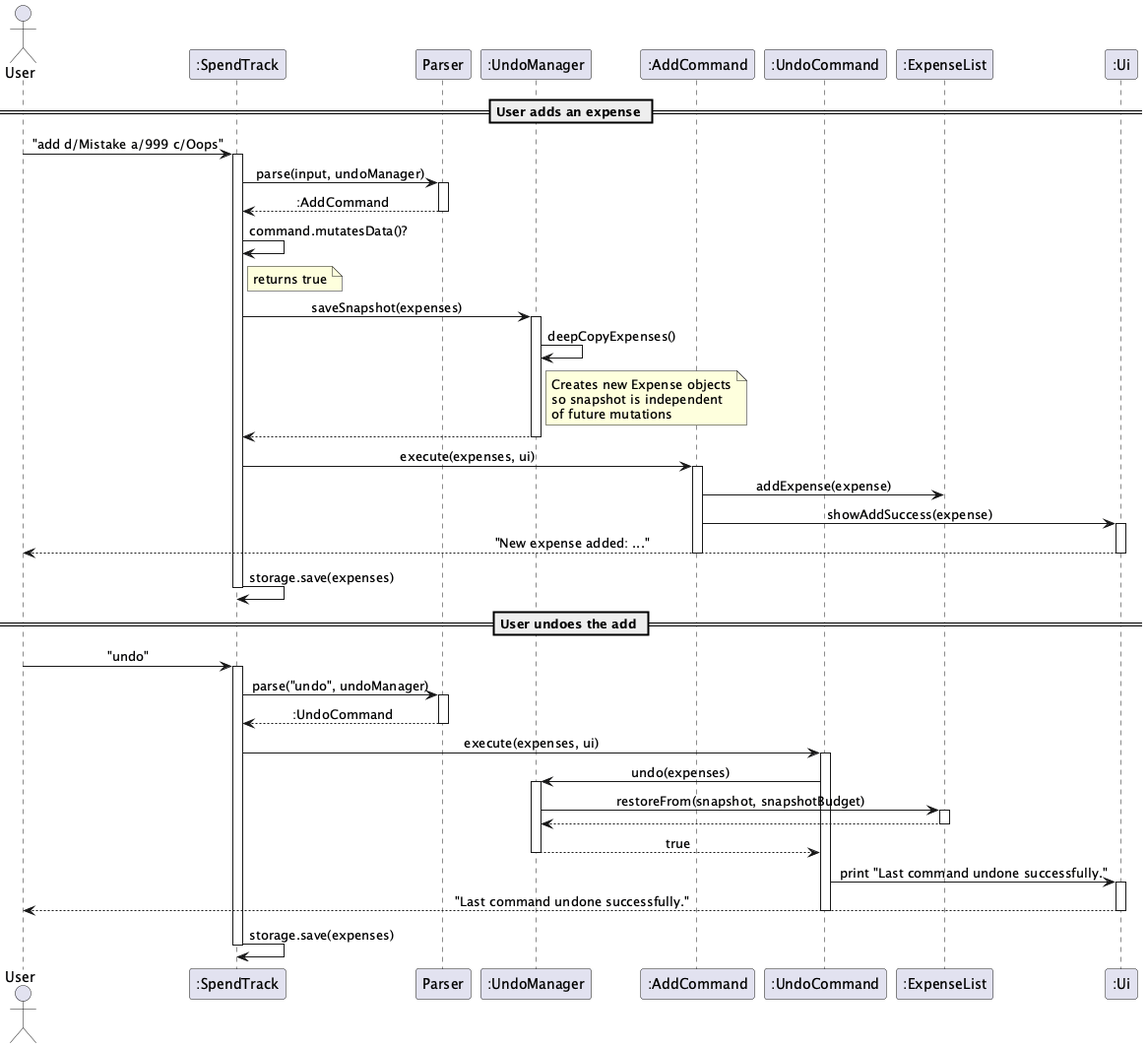
Before: docs/images/UndoSequence.png, a diagram exported from PlantUML (AbhijitBalajee/tp).
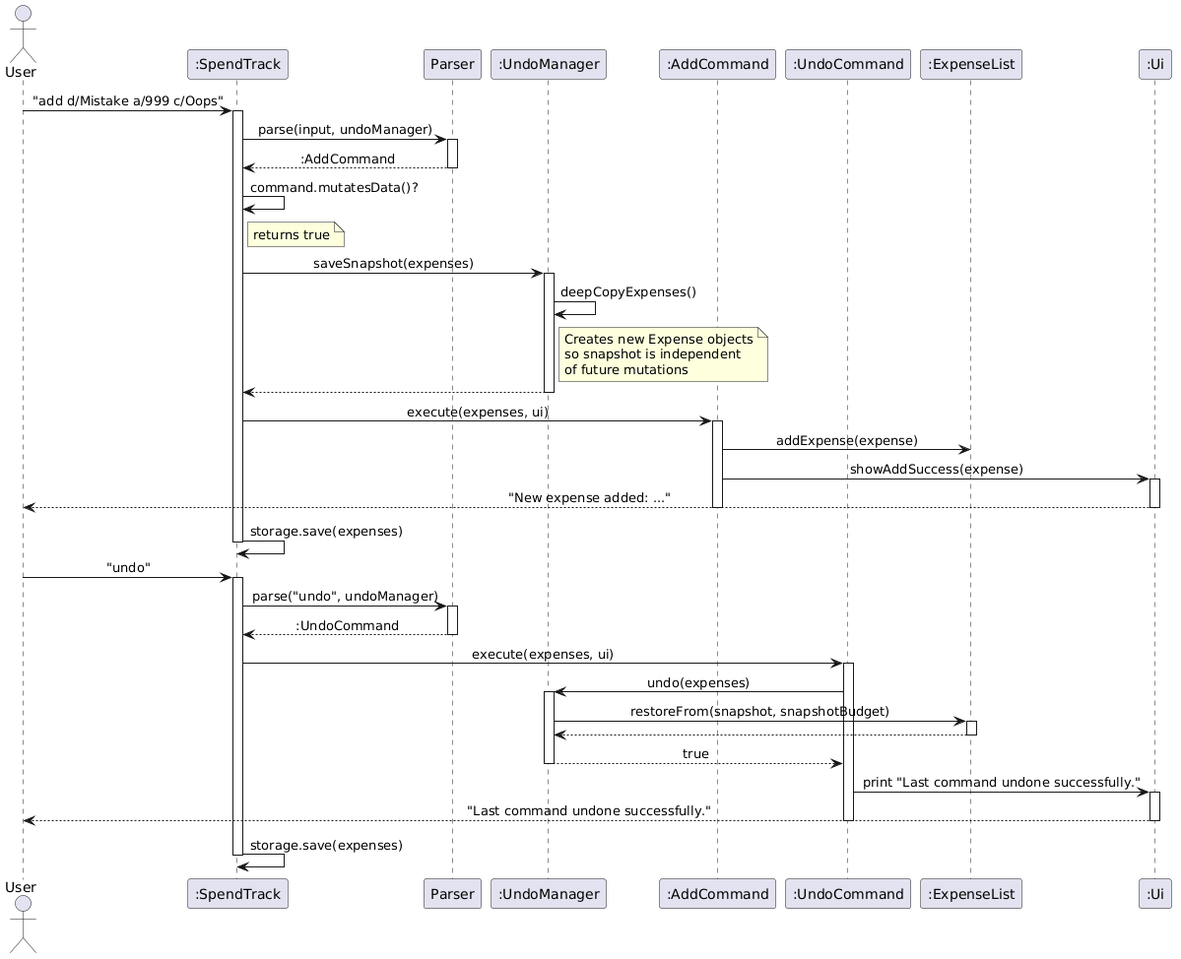
After the commit.

Commit message:
Edit UndoSequence and GoalCommandSequence to confirm to CS2113 conventions

The edit, as a diff of the source:
```diff
@@ -11,8 +11,6 @@
 participant ":UndoCommand" as UC
 participant ":ExpenseList" as EL
 participant ":Ui" as UI
-
-== User adds an expense ==
 
 User -> ST : "add d/Mistake a/999 c/Oops"
 activate ST
@@ -47,8 +45,6 @@
 ST -> ST : storage.save(expenses)
 deactivate ST
 
-== User undoes the add ==
-
 User -> ST : "undo"
 activate ST
 ST -> P : parse("undo", undoManager)
```
